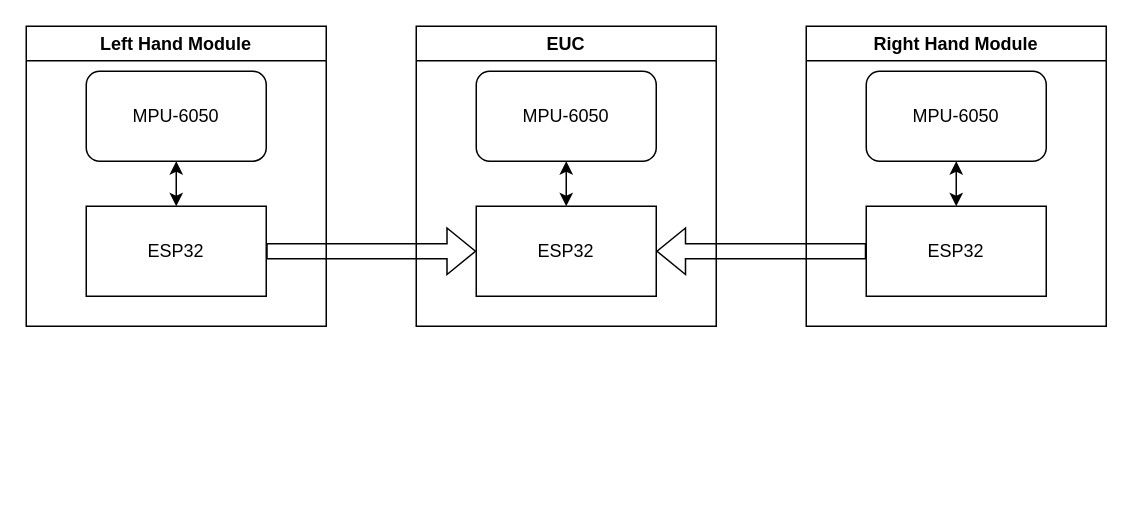
Jormunth/EUC_Blinker_CPELyon keeps this draw.io diagram as IMU/img/MEMS_system_diagram.drawio. Above is the earlier version. Source tidied: cells renumbered, new cells numbered last; positions are measured from the earlier drawing's top-left corner, leaving out a move shared by most shapes. Both pictures are drawn from the tidied source at 150%, with x=0, y=0 at pixel (26, 26).
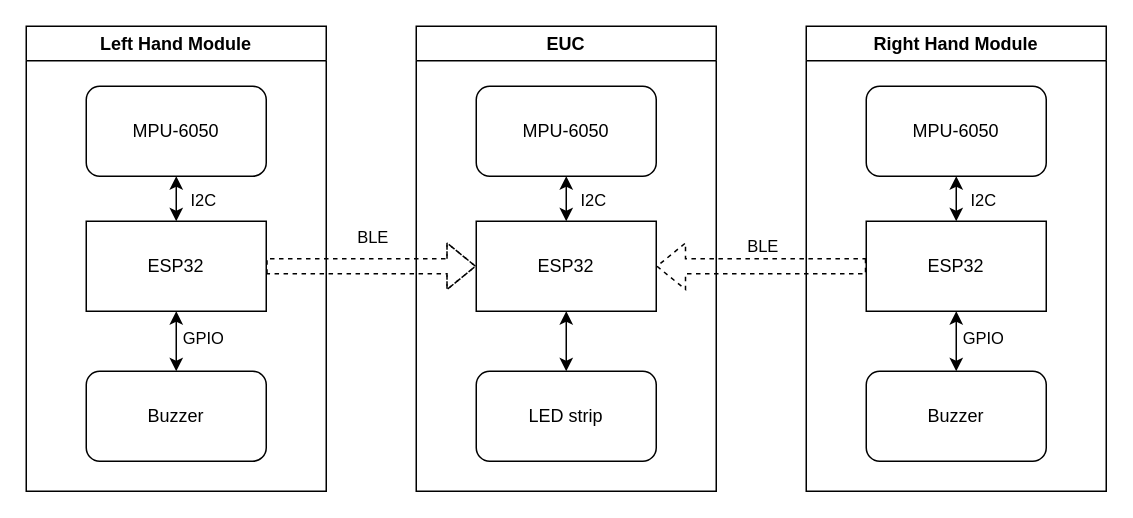
The same page after the edit.

The change refers to these unchanged cells:
```xml
<mxCell id="5" style="endArrow=classic;startArrow=classic;html=1;rounded=0;" parent="2" edge="1" source="4" target="3">
  <mxGeometry relative="1" as="geometry" />
</mxCell>
<mxCell id="9" style="endArrow=classic;startArrow=classic;html=1;rounded=0;" parent="6" edge="1" source="7" target="8">
  <mxGeometry relative="1" as="geometry" />
</mxCell>
<mxCell id="13" style="endArrow=classic;startArrow=classic;html=1;rounded=0;" parent="10" edge="1" source="11" target="12">
  <mxGeometry relative="1" as="geometry" />
</mxCell>
```

The edit, as a diff of the source:
```diff
@@
     <mxCell id="2" value="EUC" style="swimlane;whiteSpace=wrap;html=1;" parent="1" vertex="1">
-      <mxGeometry x="260" width="200" height="200" as="geometry" />
+      <mxGeometry x="260" width="200" height="310" as="geometry" />
     </mxCell>
     <mxCell id="3" value="MPU-6050" style="rounded=1;whiteSpace=wrap;html=1;" parent="2" vertex="1">
-      <mxGeometry x="40" y="30" width="120" height="60" as="geometry" />
+      <mxGeometry x="40" y="40" width="120" height="60" as="geometry" />
     </mxCell>
     <mxCell id="4" value="ESP32" style="rounded=0;whiteSpace=wrap;html=1;" parent="2" vertex="1">
-      <mxGeometry x="40" y="120" width="120" height="60" as="geometry" />
+      <mxGeometry x="40" y="130" width="120" height="60" as="geometry" />
     </mxCell>
@@
+    <mxCell id="16" value="I2C" style="edgeLabel;html=1;align=center;verticalAlign=middle;" parent="5" vertex="1">
+      <mxGeometry x="0.34" relative="1" as="geometry">
+        <mxPoint x="17" y="5" as="offset" />
+      </mxGeometry>
+    </mxCell>
+    <mxCell id="17" value="LED strip" style="rounded=1;whiteSpace=wrap;html=1;" parent="2" vertex="1">
+      <mxGeometry x="40" y="230" width="120" height="60" as="geometry" />
+    </mxCell>
+    <mxCell id="18" style="endArrow=classic;startArrow=classic;html=1;rounded=0;" parent="2" edge="1" source="4" target="17">
+      <mxGeometry relative="1" as="geometry" />
+    </mxCell>
+    <mxCell id="19" value="&lt;div style=&quot;font-family: Consolas, &amp;quot;Courier New&amp;quot;, monospace; line-height: 19px;&quot;&gt;&lt;font style=&quot;font-size: 12px;&quot; color=&quot;#ffffff&quot;&gt;NEO GRBW/KHZ800&lt;/font&gt;&lt;/div&gt;" style="edgeLabel;html=1;align=center;verticalAlign=middle;labelBackgroundColor=none;" parent="18" vertex="1">
+      <mxGeometry x="0.34" relative="1" as="geometry">
+        <mxPoint x="25" y="-7" as="offset" />
+      </mxGeometry>
+    </mxCell>
     <mxCell id="6" value="Left Hand Module" style="swimlane;whiteSpace=wrap;html=1;" parent="1" vertex="1">
-      <mxGeometry width="200" height="200" as="geometry" />
+      <mxGeometry width="200" height="310" as="geometry" />
     </mxCell>
     <mxCell id="7" value="ESP32" style="rounded=0;whiteSpace=wrap;html=1;" parent="6" vertex="1">
-      <mxGeometry x="40" y="120" width="120" height="60" as="geometry" />
+      <mxGeometry x="40" y="130" width="120" height="60" as="geometry" />
     </mxCell>
     <mxCell id="8" value="MPU-6050" style="rounded=1;whiteSpace=wrap;html=1;" parent="6" vertex="1">
-      <mxGeometry x="40" y="30" width="120" height="60" as="geometry" />
+      <mxGeometry x="40" y="40" width="120" height="60" as="geometry" />
     </mxCell>
@@
+    <mxCell id="20" value="I2C" style="edgeLabel;html=1;align=center;verticalAlign=middle;" parent="9" vertex="1">
+      <mxGeometry x="0.34" relative="1" as="geometry">
+        <mxPoint x="17" y="5" as="offset" />
+      </mxGeometry>
+    </mxCell>
+    <mxCell id="21" value="Buzzer" style="rounded=1;whiteSpace=wrap;html=1;" parent="6" vertex="1">
+      <mxGeometry x="40" y="230" width="120" height="60" as="geometry" />
+    </mxCell>
+    <mxCell id="22" style="endArrow=classic;startArrow=classic;html=1;rounded=0;" parent="6" edge="1" source="21" target="7">
+      <mxGeometry relative="1" as="geometry" />
+    </mxCell>
+    <mxCell id="23" value="GPIO" style="edgeLabel;html=1;align=center;verticalAlign=middle;" parent="22" vertex="1">
+      <mxGeometry x="0.65" relative="1" as="geometry">
+        <mxPoint x="17" y="10" as="offset" />
+      </mxGeometry>
+    </mxCell>
     <mxCell id="10" value="Right Hand Module" style="swimlane;whiteSpace=wrap;html=1;" parent="1" vertex="1">
-      <mxGeometry x="520" width="200" height="200" as="geometry" />
+      <mxGeometry x="520" width="200" height="310" as="geometry" />
     </mxCell>
     <mxCell id="11" value="ESP32" style="rounded=0;whiteSpace=wrap;html=1;" parent="10" vertex="1">
-      <mxGeometry x="40" y="120" width="120" height="60" as="geometry" />
+      <mxGeometry x="40" y="130" width="120" height="60" as="geometry" />
     </mxCell>
     <mxCell id="12" value="MPU-6050" style="rounded=1;whiteSpace=wrap;html=1;" parent="10" vertex="1">
-      <mxGeometry x="40" y="30" width="120" height="60" as="geometry" />
+      <mxGeometry x="40" y="40" width="120" height="60" as="geometry" />
     </mxCell>
@@
+    <mxCell id="24" value="I2C" style="edgeLabel;html=1;align=center;verticalAlign=middle;" parent="13" vertex="1">
+      <mxGeometry x="0.65" relative="1" as="geometry">
+        <mxPoint x="17" y="10" as="offset" />
+      </mxGeometry>
+    </mxCell>
+    <mxCell id="25" value="Buzzer" style="rounded=1;whiteSpace=wrap;html=1;" parent="10" vertex="1">
+      <mxGeometry x="40" y="230" width="120" height="60" as="geometry" />
+    </mxCell>
+    <mxCell id="26" style="endArrow=classic;startArrow=classic;html=1;rounded=0;" parent="10" edge="1" source="25" target="11">
+      <mxGeometry relative="1" as="geometry" />
+    </mxCell>
+    <mxCell id="27" value="GPIO" style="edgeLabel;html=1;align=center;verticalAlign=middle;" parent="26" vertex="1">
+      <mxGeometry x="0.65" relative="1" as="geometry">
+        <mxPoint x="17" y="10" as="offset" />
+      </mxGeometry>
+    </mxCell>
+    <mxCell id="15" style="shape=flexArrow;endArrow=classic;html=1;rounded=0;dashed=1;" parent="1" edge="1" source="7" target="4">
+      <mxGeometry relative="1" as="geometry">
+        <Array as="points">
+          <mxPoint x="230" y="160" />
+        </Array>
+      </mxGeometry>
+    </mxCell>
+    <mxCell id="28" value="BLE" style="edgeLabel;html=1;align=center;verticalAlign=middle;" parent="15" vertex="1">
+      <mxGeometry x="-0.27" y="3" relative="1" as="geometry">
+        <mxPoint x="19" y="-17" as="offset" />
+      </mxGeometry>
+    </mxCell>
-    <mxCell id="14" style="shape=flexArrow;endArrow=classic;html=1;rounded=0;" parent="1" edge="1" source="11" target="4">
+    <mxCell id="14" style="shape=flexArrow;endArrow=classic;html=1;rounded=0;dashed=1;" parent="1" edge="1" source="11" target="4">
       <mxGeometry relative="1" as="geometry" />
     </mxCell>
-    <mxCell id="15" style="shape=flexArrow;endArrow=classic;html=1;rounded=0;" parent="1" edge="1" source="7" target="4">
-      <mxGeometry relative="1" as="geometry" />
-    </mxCell>
+    <mxCell id="29" value="BLE" style="edgeLabel;html=1;align=center;verticalAlign=middle;" parent="14" vertex="1">
+      <mxGeometry x="-0.27" y="3" relative="1" as="geometry">
+        <mxPoint x="-19" y="-17" as="offset" />
+      </mxGeometry>
+    </mxCell>
```
